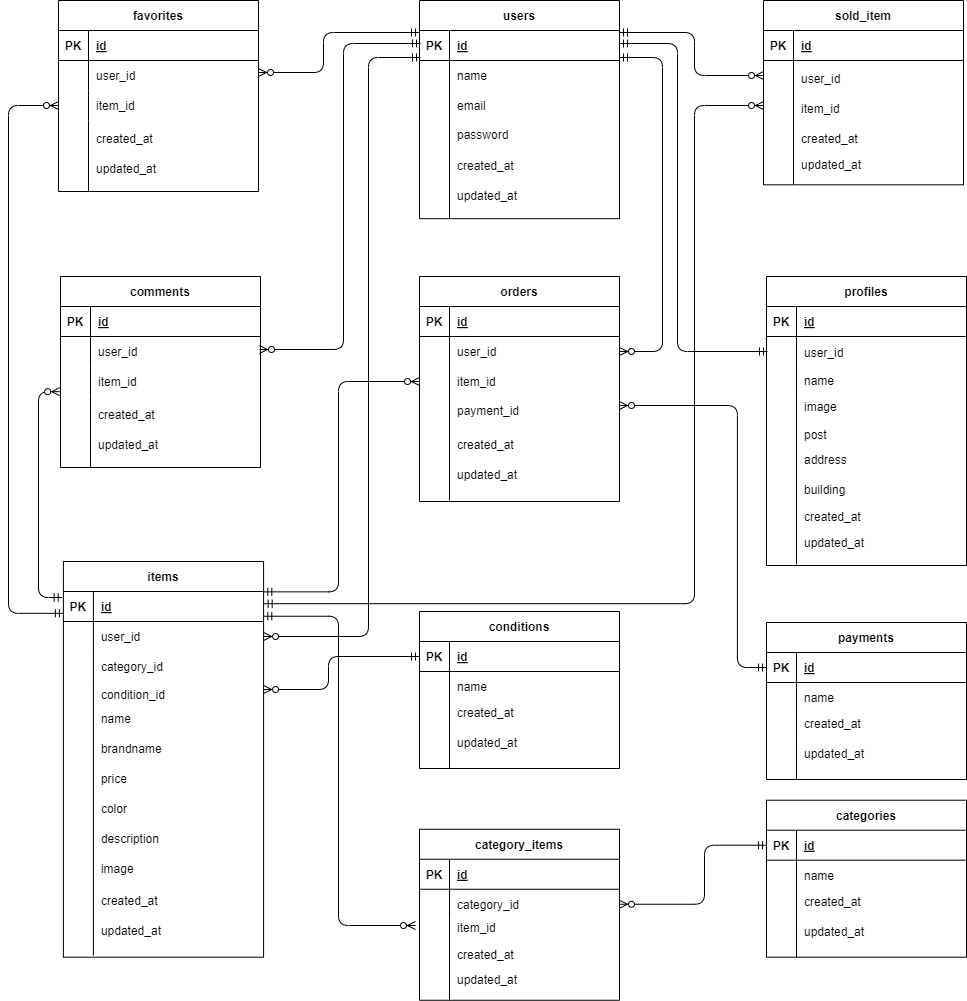
Earlier version of the draw.io export market.drawio.png (syakuyaku514/third-case). Source tidied: cells renumbered, new cells last; positions are measured from the earlier drawing's top-left corner, leaving out a move shared by most shapes.
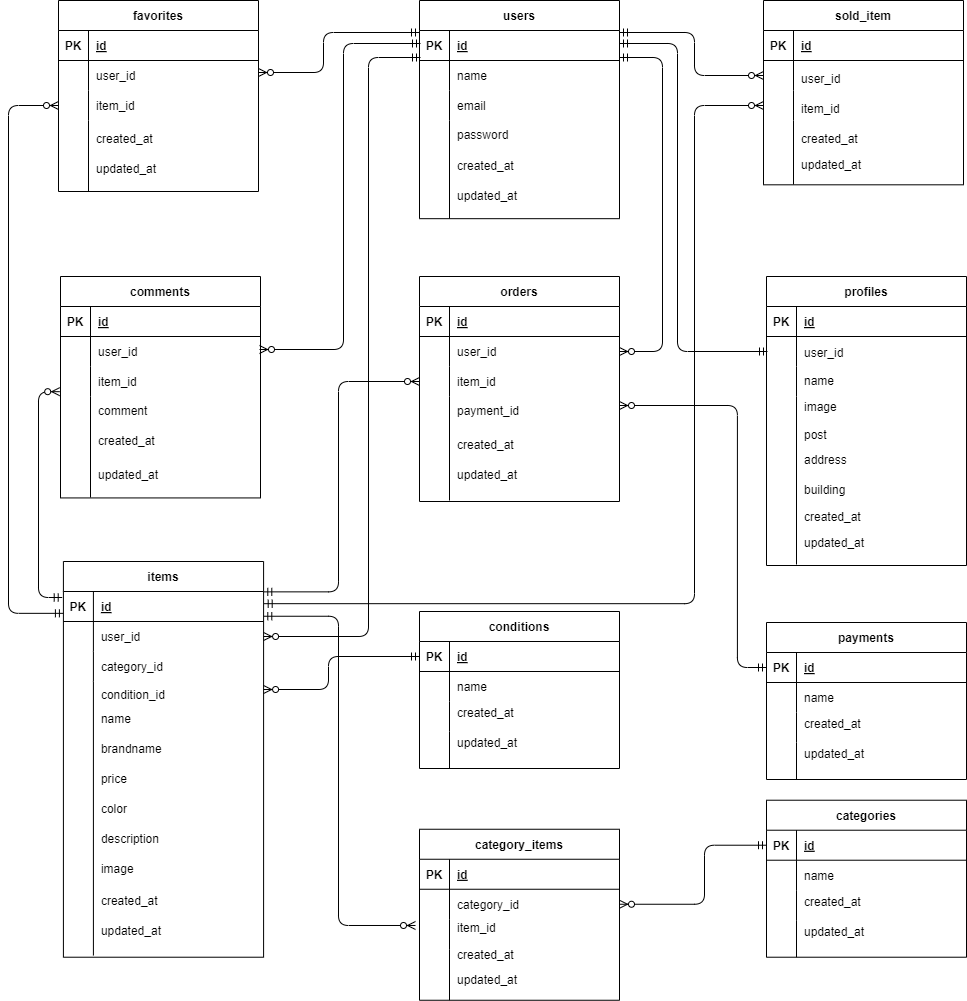
The same diagram one commit later.

The edit, as a diff of the source:
```diff
@@ -234,7 +234,7 @@
       <mxGeometry x="80" y="153" width="150" height="30" as="geometry" />
     </mxCell>
     <mxCell id="79" value="comments" style="shape=table;startSize=30;rowLines=0;fontStyle=1;align=center;" parent="1" vertex="1">
-      <mxGeometry x="52" y="276" width="200" height="191" as="geometry" />
+      <mxGeometry x="52" y="276" width="200" height="221.4" as="geometry" />
     </mxCell>
     <mxCell id="80" style="shape=tableRow;horizontal=0;startSize=0;swimlaneHead=0;swimlaneBody=0;fillColor=none;top=0;left=0;right=0;bottom=1;" parent="79" vertex="1">
       <mxGeometry y="30" width="200" height="30" as="geometry" />
@@ -264,19 +264,19 @@
       <mxGeometry x="30" width="170" height="30" as="geometry" />
     </mxCell>
     <mxCell id="89" style="shape=tableRow;horizontal=0;startSize=0;swimlaneHead=0;swimlaneBody=0;fillColor=none;top=0;left=0;right=0;bottom=0;" parent="79" vertex="1">
-      <mxGeometry y="120" width="200" height="71" as="geometry" />
+      <mxGeometry y="120" width="200" height="101" as="geometry" />
     </mxCell>
     <mxCell id="90" style="shape=partialRectangle;fillColor=none;top=0;left=0;bottom=0;right=0;overflow=hidden;" parent="89" vertex="1">
-      <mxGeometry width="30" height="71" as="geometry" />
+      <mxGeometry width="30" height="101" as="geometry" />
     </mxCell>
     <mxCell id="91" style="shape=partialRectangle;fillColor=none;top=0;left=0;bottom=0;right=0;align=left;spacingLeft=6;overflow=hidden;" parent="89" vertex="1">
-      <mxGeometry x="30" width="170" height="71" as="geometry" />
+      <mxGeometry x="30" width="170" height="101" as="geometry" />
     </mxCell>
     <mxCell id="92" value="created_at" style="shape=partialRectangle;fillColor=none;top=0;left=0;bottom=0;right=0;align=left;spacingLeft=6;overflow=hidden;" parent="1" vertex="1">
-      <mxGeometry x="82" y="399" width="150" height="30" as="geometry" />
+      <mxGeometry x="82" y="425" width="150" height="30" as="geometry" />
     </mxCell>
     <mxCell id="93" value="updated_at" style="shape=partialRectangle;fillColor=none;top=0;left=0;bottom=0;right=0;align=left;spacingLeft=6;overflow=hidden;" parent="1" vertex="1">
-      <mxGeometry x="82" y="429" width="150" height="30" as="geometry" />
+      <mxGeometry x="82" y="459" width="150" height="30" as="geometry" />
     </mxCell>
     <mxCell id="94" value="items" style="shape=table;startSize=30;rowLines=0;fontStyle=1;align=center;" parent="1" vertex="1">
       <mxGeometry x="54.9" y="561" width="200.2" height="395.7" as="geometry" />
@@ -691,5 +691,8 @@
     <mxCell id="198" value="name" style="shape=partialRectangle;fillColor=none;top=0;left=0;bottom=0;right=0;align=left;spacingLeft=6;overflow=hidden;" parent="1" vertex="1">
       <mxGeometry x="788" y="365" width="170" height="30" as="geometry" />
     </mxCell>
+    <mxCell id="199" value="comment" style="shape=partialRectangle;fillColor=none;top=0;left=0;bottom=0;right=0;align=left;spacingLeft=6;overflow=hidden;" parent="1" vertex="1">
+      <mxGeometry x="82" y="395" width="170" height="30" as="geometry" />
+    </mxCell>
   </root>
 </mxGraphModel>
```
